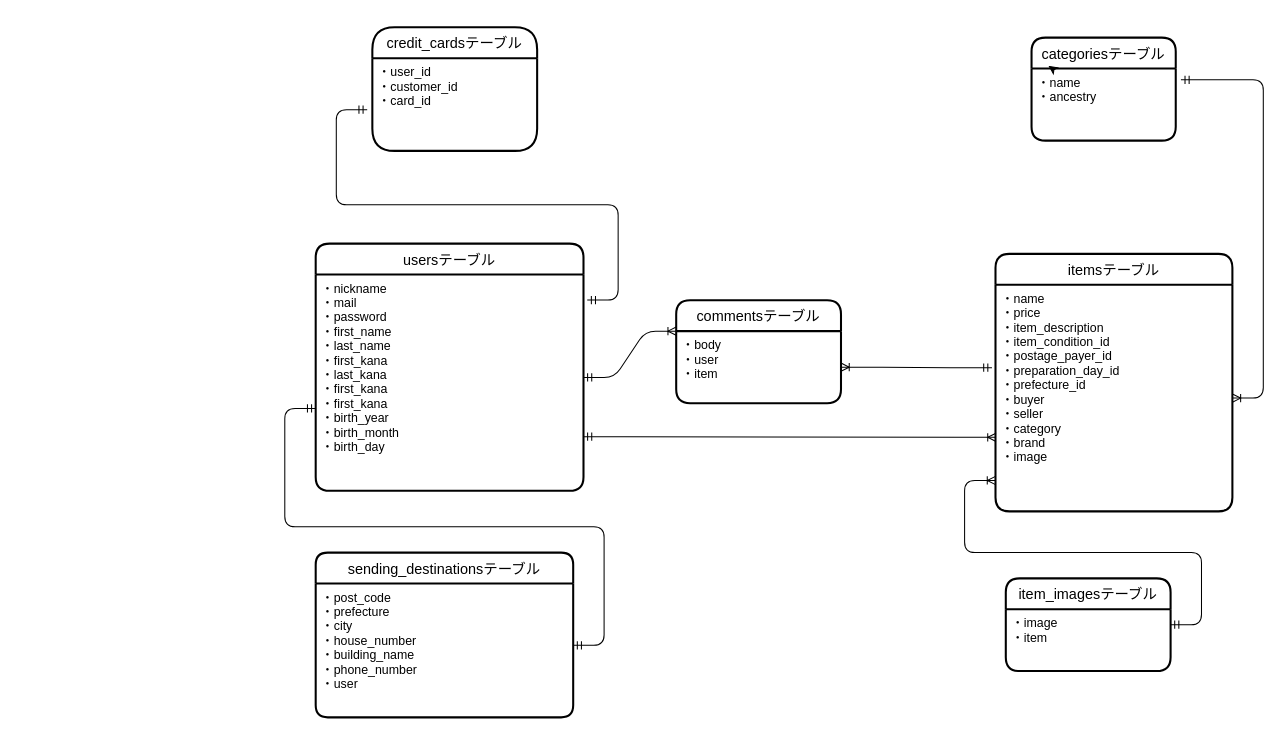
Before: frima.dio in riko38407/furima-38407, a draw.io diagram. Source tidied: cells renumbered, new cells numbered last; positions are measured from the earlier drawing's top-left corner, leaving out a move shared by most shapes. Both pictures are drawn from the tidied source at 103%, with x=0, y=0 at pixel (315, 27).
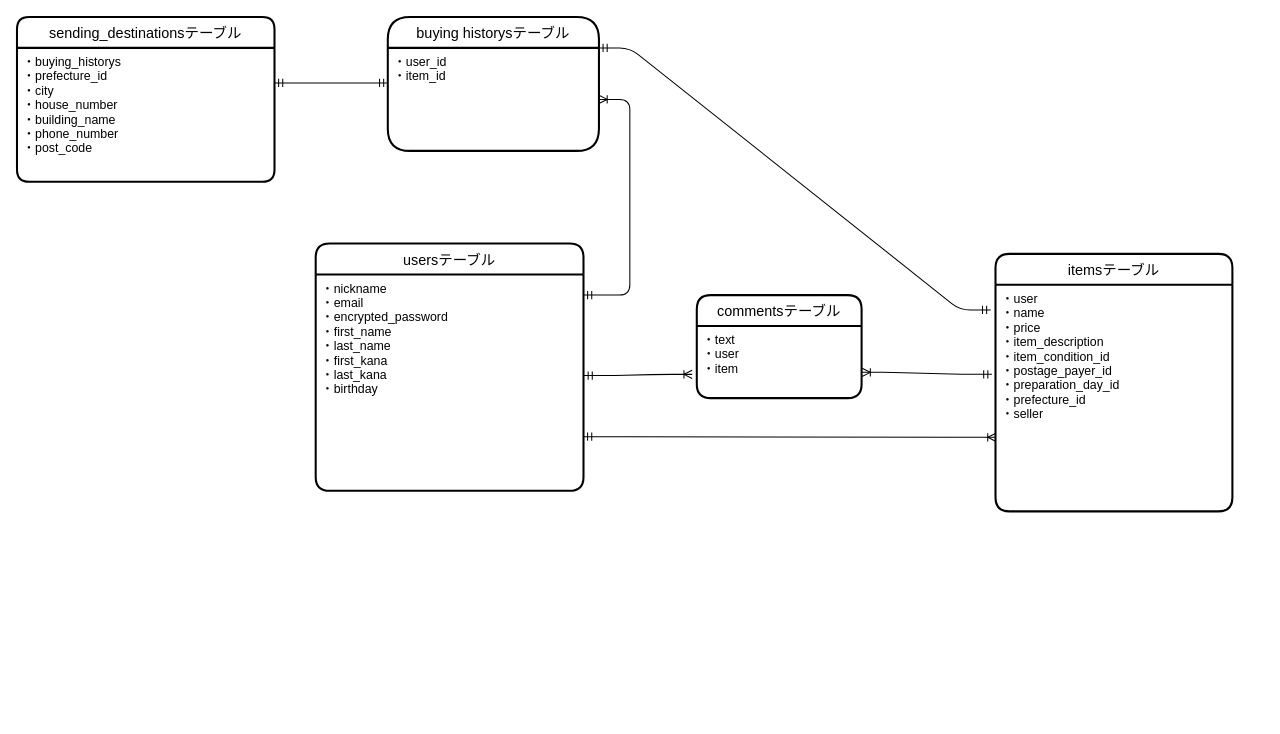
The same page after the edit.

Commit message (it also covers changes not shown here):
データベース設計　修正

Unchanged cells that the change refers to:
```xml
<mxCell id="2" value="usersテーブル" style="swimlane;horizontal=1;startSize=30;rounded=1;fontSize=14;fontStyle=0;strokeWidth=2;shadow=0;dashed=0;align=center;" parent="1" vertex="1">
  <mxGeometry y="210" width="260" height="240" as="geometry" />
</mxCell>
<mxCell id="4" value="itemsテーブル" style="swimlane;horizontal=1;startSize=30;rounded=1;fontSize=14;fontStyle=0;strokeWidth=2;shadow=0;dashed=0;align=center;" parent="1" vertex="1">
  <mxGeometry x="660" y="220" width="230" height="250" as="geometry" />
</mxCell>
```

Diff of the diagram source:
```diff
@@
-    <mxCell id="3" value="・nickname&#10;・mail&#10;・password&#10;・first_name&#10;・last_name&#10;・first_kana&#10;・last_kana&#10;・first_kana&#10;・first_kana&#10;・birth_year&#10;・birth_month&#10;・birth_day&#10;&#10;" style="align=left;strokeColor=none;fillColor=none;spacingLeft=4;fontSize=12;verticalAlign=top;" parent="2" vertex="1">
+    <mxCell id="3" value="・nickname&#10;・email&#10;・encrypted_password&#10;・first_name&#10;・last_name&#10;・first_kana&#10;・last_kana&#10;・birthday&#10;&#10;" style="align=left;strokeColor=none;fillColor=none;spacingLeft=4;fontSize=12;verticalAlign=top;" parent="2" vertex="1">
       <mxGeometry y="30" width="260" height="210" as="geometry" />
     </mxCell>
@@
-    <mxCell id="5" value="・name&#10;・price&#10;・item_description&#10;・item_condition_id&#10;・postage_payer_id&#10;・preparation_day_id&#10;・prefecture_id&#10;・buyer&#10;・seller&#10;・category&#10;・brand&#10;・image&#10;&#10;" style="align=left;strokeColor=none;fillColor=none;spacingLeft=4;fontSize=12;verticalAlign=top;" parent="4" vertex="1">
+    <mxCell id="5" value="・user&#10;・name&#10;・price&#10;・item_description&#10;・item_condition_id&#10;・postage_payer_id&#10;・preparation_day_id&#10;・prefecture_id&#10;・seller&#10;&#10;" style="align=left;strokeColor=none;fillColor=none;spacingLeft=4;fontSize=12;verticalAlign=top;" parent="4" vertex="1">
       <mxGeometry y="30" width="230" height="220" as="geometry" />
     </mxCell>
-    <mxCell id="6" value="credit_cardsテーブル" style="swimlane;horizontal=1;startSize=30;rounded=1;fontSize=14;fontStyle=0;strokeWidth=2;shadow=0;dashed=0;align=center;arcSize=24;" parent="1" vertex="1">
-      <mxGeometry x="55" width="160" height="120" as="geometry" />
+    <mxCell id="6" value="buying historysテーブル" style="swimlane;horizontal=1;startSize=30;rounded=1;fontSize=14;fontStyle=0;strokeWidth=2;shadow=0;dashed=0;align=center;arcSize=24;" parent="1" vertex="1">
+      <mxGeometry x="70" y="-10" width="205" height="130" as="geometry" />
     </mxCell>
-    <mxCell id="7" value="・user_id&#10;・customer_id&#10;・card_id" style="align=left;strokeColor=none;fillColor=none;spacingLeft=4;fontSize=12;verticalAlign=top;" parent="6" vertex="1">
-      <mxGeometry y="30" width="160" height="90" as="geometry" />
+    <mxCell id="7" value="・user_id&#10;・item_id&#10;" style="align=left;strokeColor=none;fillColor=none;spacingLeft=4;fontSize=12;verticalAlign=top;" parent="6" vertex="1">
+      <mxGeometry y="30" width="205" height="100" as="geometry" />
     </mxCell>
     <mxCell id="8" value="sending_destinationsテーブル" style="swimlane;horizontal=1;startSize=30;rounded=1;fontSize=14;fontStyle=0;strokeWidth=2;shadow=0;dashed=0;align=center;arcSize=13;" parent="1" vertex="1">
-      <mxGeometry y="510" width="250" height="160" as="geometry" />
+      <mxGeometry x="-290" y="-10" width="250" height="160" as="geometry" />
     </mxCell>
-    <mxCell id="9" value="・post_code&#10;・prefecture&#10;・city&#10;・house_number&#10;・building_name&#10;・phone_number&#10;・user" style="align=left;strokeColor=none;fillColor=none;spacingLeft=4;fontSize=12;verticalAlign=top;" parent="8" vertex="1">
+    <mxCell id="9" value="・buying_historys&#10;・prefecture_id&#10;・city&#10;・house_number&#10;・building_name&#10;・phone_number&#10;・post_code" style="align=left;strokeColor=none;fillColor=none;spacingLeft=4;fontSize=12;verticalAlign=top;" parent="8" vertex="1">
       <mxGeometry y="30" width="250" height="130" as="geometry" />
     </mxCell>
     <mxCell id="10" value="commentsテーブル" style="swimlane;horizontal=1;startSize=30;rounded=1;fontSize=14;fontStyle=0;strokeWidth=2;shadow=0;dashed=0;align=center;" parent="1" vertex="1">
-      <mxGeometry x="350" y="265" width="160" height="100" as="geometry" />
+      <mxGeometry x="370" y="260" width="160" height="100" as="geometry" />
     </mxCell>
-    <mxCell id="11" value="・body&#10;・user&#10;・item" style="align=left;strokeColor=none;fillColor=none;spacingLeft=4;fontSize=12;verticalAlign=top;" parent="10" vertex="1">
+    <mxCell id="11" value="・text&#10;・user&#10;・item" style="align=left;strokeColor=none;fillColor=none;spacingLeft=4;fontSize=12;verticalAlign=top;" parent="10" vertex="1">
       <mxGeometry y="30" width="160" height="70" as="geometry" />
     </mxCell>
-    <mxCell id="12" value="categoriesテーブル" style="swimlane;horizontal=1;startSize=30;rounded=1;fontSize=14;fontStyle=0;strokeWidth=2;shadow=0;dashed=0;align=center;" parent="1" vertex="1">
-      <mxGeometry x="695" y="10" width="140" height="100" as="geometry" />
-    </mxCell>
-    <mxCell id="13" style="edgeStyle=none;html=1;" parent="12" edge="1" source="15" target="12">
-      <mxGeometry relative="1" as="geometry" />
-    </mxCell>
-    <mxCell id="14" style="edgeStyle=none;html=1;entryX=0.118;entryY=0.275;entryDx=0;entryDy=0;entryPerimeter=0;" parent="12" edge="1" source="15" target="12">
-      <mxGeometry relative="1" as="geometry" />
-    </mxCell>
-    <mxCell id="15" value="・name&#10;・ancestry" style="align=left;strokeColor=none;fillColor=none;spacingLeft=4;fontSize=12;verticalAlign=top;" parent="12" vertex="1">
-      <mxGeometry y="30" width="140" height="70" as="geometry" />
-    </mxCell>
-    <mxCell id="16" value="item_imagesテーブル" style="swimlane;horizontal=1;startSize=30;rounded=1;fontSize=14;fontStyle=0;strokeWidth=2;shadow=0;dashed=0;align=center;" parent="1" vertex="1">
-      <mxGeometry x="670" y="535" width="160" height="90" as="geometry" />
-    </mxCell>
-    <mxCell id="17" style="edgeStyle=none;html=1;" parent="16" edge="1" source="18" target="16">
-      <mxGeometry relative="1" as="geometry" />
-    </mxCell>
-    <mxCell id="18" value="・image&#10;・item" style="align=left;strokeColor=none;fillColor=none;spacingLeft=4;fontSize=12;verticalAlign=top;" parent="16" vertex="1">
-      <mxGeometry y="30" width="160" height="60" as="geometry" />
-    </mxCell>
-    <mxCell id="19" style="edgeStyle=entityRelationEdgeStyle;fontSize=12;html=1;endArrow=ERoneToMany;startArrow=ERmandOne;" parent="1" edge="1" target="5">
-      <mxGeometry relative="1" as="geometry">
-        <mxPoint x="840" y="51" as="sourcePoint" />
-      </mxGeometry>
-    </mxCell>
@@
-    <mxCell id="21" style="edgeStyle=entityRelationEdgeStyle;fontSize=12;html=1;endArrow=ERmandOne;startArrow=ERmandOne;exitX=1.014;exitY=0.118;exitDx=0;exitDy=0;exitPerimeter=0;" parent="1" edge="1" source="3">
-      <mxGeometry relative="1" as="geometry">
-        <mxPoint x="50" y="80" as="targetPoint" />
-      </mxGeometry>
-    </mxCell>
-    <mxCell id="22" style="edgeStyle=entityRelationEdgeStyle;fontSize=12;html=1;endArrow=ERmandOne;startArrow=ERmandOne;" parent="1" edge="1">
-      <mxGeometry relative="1" as="geometry">
-        <mxPoint x="250" y="600" as="sourcePoint" />
-        <mxPoint y="370" as="targetPoint" />
-      </mxGeometry>
-    </mxCell>
-    <mxCell id="23" style="edgeStyle=entityRelationEdgeStyle;fontSize=12;html=1;endArrow=ERoneToMany;startArrow=ERmandOne;exitX=1;exitY=0.25;exitDx=0;exitDy=0;" parent="1" edge="1" source="18">
-      <mxGeometry relative="1" as="geometry">
-        <mxPoint x="660" y="440" as="targetPoint" />
-      </mxGeometry>
-    </mxCell>
-    <mxCell id="24" style="edgeStyle=entityRelationEdgeStyle;fontSize=12;html=1;endArrow=ERoneToMany;startArrow=ERmandOne;entryX=0;entryY=0;entryDx=0;entryDy=0;" parent="1" edge="1" target="11">
-      <mxGeometry relative="1" as="geometry">
-        <mxPoint x="260" y="340" as="sourcePoint" />
-      </mxGeometry>
+    <mxCell id="24" style="edgeStyle=entityRelationEdgeStyle;fontSize=12;html=1;endArrow=ERoneToMany;startArrow=ERmandOne;exitX=1.002;exitY=0.467;exitDx=0;exitDy=0;exitPerimeter=0;entryX=-0.028;entryY=0.671;entryDx=0;entryDy=0;entryPerimeter=0;" parent="1" edge="1" source="3" target="11">
+      <mxGeometry relative="1" as="geometry" />
     </mxCell>
-    <mxCell id="25" style="edgeStyle=entityRelationEdgeStyle;fontSize=12;html=1;endArrow=ERoneToMany;startArrow=ERmandOne;entryX=1;entryY=0.5;entryDx=0;entryDy=0;exitX=-0.015;exitY=0.366;exitDx=0;exitDy=0;exitPerimeter=0;" parent="1" edge="1" source="5" target="11">
+    <mxCell id="25" style="edgeStyle=entityRelationEdgeStyle;fontSize=12;html=1;endArrow=ERoneToMany;startArrow=ERmandOne;entryX=1.003;entryY=0.643;entryDx=0;entryDy=0;exitX=-0.015;exitY=0.395;exitDx=0;exitDy=0;exitPerimeter=0;entryPerimeter=0;" parent="1" edge="1" source="5" target="11">
       <mxGeometry relative="1" as="geometry" />
     </mxCell>
+    <mxCell id="26" style="edgeStyle=entityRelationEdgeStyle;fontSize=12;html=1;endArrow=ERoneToMany;startArrow=ERmandOne;" parent="1" edge="1" target="7">
+      <mxGeometry relative="1" as="geometry">
+        <mxPoint x="260" y="260" as="sourcePoint" />
+      </mxGeometry>
+    </mxCell>
+    <mxCell id="27" style="edgeStyle=entityRelationEdgeStyle;fontSize=12;html=1;endArrow=ERmandOne;startArrow=ERmandOne;" parent="1" edge="1">
+      <mxGeometry relative="1" as="geometry">
+        <mxPoint x="-40" y="54" as="sourcePoint" />
+        <mxPoint x="70" y="54" as="targetPoint" />
+      </mxGeometry>
+    </mxCell>
+    <mxCell id="28" style="edgeStyle=entityRelationEdgeStyle;fontSize=12;html=1;endArrow=ERmandOne;startArrow=ERmandOne;exitX=1;exitY=0;exitDx=0;exitDy=0;entryX=-0.02;entryY=0.111;entryDx=0;entryDy=0;entryPerimeter=0;" parent="1" edge="1" source="7" target="5">
+      <mxGeometry relative="1" as="geometry" />
+    </mxCell>
```
